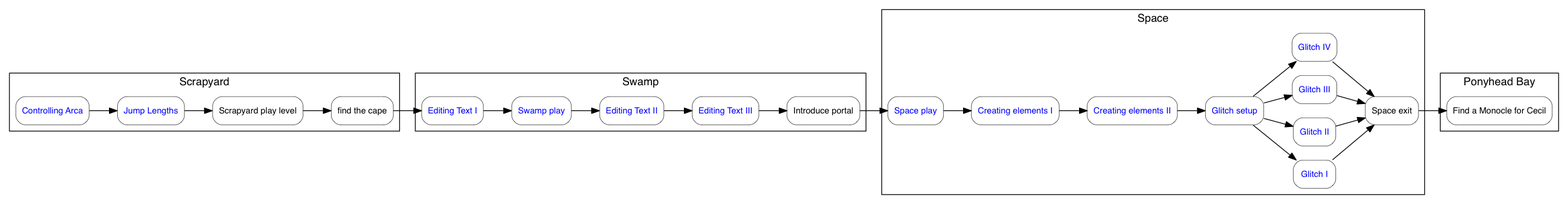
drumrollhq/eak-content keeps this Graphviz diagram as scenes.png. Above is the earlier version. Its source is kept beside it as scenes.dot. Its diagram source:
```dot
digraph {
  graph[concentrate = true];
  graph[rankdir=LR];
  graph[fontsize = 14];
  graph[fontname = "Helvetica"];
  node[fontsize = 11];
  node[fontname = "Helvetica"];
  node[shape=rect, style=rounded];
  node[penwidth = 0.5];

  node[fontcolor = "#0000FF"];
  "Glitch I"[href="sections/03-html-basics/02-html-anatomy.md#level---glitch-i"]
  "Controlling Arca"[href="sections/02-tutorial/01-control-arca.md"]
  "Jump Lengths"[href="sections/02-tutorial/01-control-arca.md#level---jump-lengths"]
  "Editing Text I"[href="sections/02-tutorial/03-editing-levels.md#level---editing-text-i"]
  "Swamp play"[href="sections/02-tutorial/03-editing-levels.md#level---play"]
  "Editing Text II"[href="sections/02-tutorial/03-editing-levels.md#level---editing-text-ii"]
  "Editing Text III"[href="sections/02-tutorial/03-editing-levels.md#level---editing-text-iii"]
  "Space play"[href="sections/03-html-basics/02-html-anatomy.md#level---play-i"]
  "Creating elements I"[href="sections/03-html-basics/02-html-anatomy.md#level---creating-elements-i"]
  "Creating elements II"[href="sections/03-html-basics/02-html-anatomy.md#level---creating-elements-ii"]
  "Glitch setup"[href="sections/03-html-basics/02-html-anatomy.md#level---glitch-setup"]
  "Glitch I"[href="sections/03-html-basics/02-html-anatomy.md#level---glitch-ii-iv"]
  "Glitch II"[href="sections/03-html-basics/02-html-anatomy.md#level---glitch-ii-iv"]
  "Glitch III"[href="sections/03-html-basics/02-html-anatomy.md#level---glitch-ii-iv"]
  "Glitch IV"[href="sections/03-html-basics/02-html-anatomy.md#level---glitch-ii-iv"]
  node[fontcolor = "#000000"];

  subgraph cluster_scrapyard {
    label="Scrapyard"
    "Controlling Arca"
    -> "Jump Lengths"
    -> "Scrapyard play level"
    -> "find the cape"
  }

  subgraph cluster_swamp {
    label = "Swamp"
    "find the cape"
    -> "Editing Text I"
    -> "Swamp play"
    -> "Editing Text II"
    -> "Editing Text III"
    -> "Introduce portal"
  }

  subgraph cluster_space {
    label = "Space"
    "Introduce portal"
    -> "Space play"
    -> "Creating elements I"
    -> "Creating elements II"
    -> "Glitch setup"
    -> {
      "Glitch I"
      "Glitch II"
      "Glitch III"
      "Glitch IV"
    }
    -> "Space exit"
  }

  subgraph cluster_pony_head_bay {
    label = "Ponyhead Bay"
    "Space exit"
    -> "Find a Monocle for Cecil"
  }
}
```
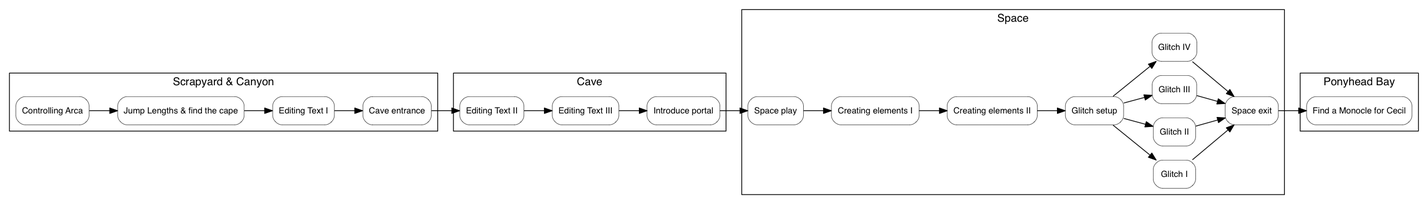
Above is the later version.

Change to the diagram source:
```diff
@@ -8,37 +8,17 @@
   node[shape=rect, style=rounded];
   node[penwidth = 0.5];
 
-  node[fontcolor = "#0000FF"];
-  "Glitch I"[href="sections/03-html-basics/02-html-anatomy.md#level---glitch-i"]
-  "Controlling Arca"[href="sections/02-tutorial/01-control-arca.md"]
-  "Jump Lengths"[href="sections/02-tutorial/01-control-arca.md#level---jump-lengths"]
-  "Editing Text I"[href="sections/02-tutorial/03-editing-levels.md#level---editing-text-i"]
-  "Swamp play"[href="sections/02-tutorial/03-editing-levels.md#level---play"]
-  "Editing Text II"[href="sections/02-tutorial/03-editing-levels.md#level---editing-text-ii"]
-  "Editing Text III"[href="sections/02-tutorial/03-editing-levels.md#level---editing-text-iii"]
-  "Space play"[href="sections/03-html-basics/02-html-anatomy.md#level---play-i"]
-  "Creating elements I"[href="sections/03-html-basics/02-html-anatomy.md#level---creating-elements-i"]
-  "Creating elements II"[href="sections/03-html-basics/02-html-anatomy.md#level---creating-elements-ii"]
-  "Glitch setup"[href="sections/03-html-basics/02-html-anatomy.md#level---glitch-setup"]
-  "Glitch I"[href="sections/03-html-basics/02-html-anatomy.md#level---glitch-ii-iv"]
-  "Glitch II"[href="sections/03-html-basics/02-html-anatomy.md#level---glitch-ii-iv"]
-  "Glitch III"[href="sections/03-html-basics/02-html-anatomy.md#level---glitch-ii-iv"]
-  "Glitch IV"[href="sections/03-html-basics/02-html-anatomy.md#level---glitch-ii-iv"]
-  node[fontcolor = "#000000"];
-
   subgraph cluster_scrapyard {
-    label="Scrapyard"
+    label="Scrapyard & Canyon"
     "Controlling Arca"
-    -> "Jump Lengths"
-    -> "Scrapyard play level"
-    -> "find the cape"
+    -> "Jump Lengths & find the cape"
+    -> "Editing Text I"
+    -> "Cave entrance"
   }
 
-  subgraph cluster_swamp {
-    label = "Swamp"
-    "find the cape"
-    -> "Editing Text I"
-    -> "Swamp play"
+  subgraph cluster_cave {
+    label = "Cave"
+    "Cave entrance"
     -> "Editing Text II"
     -> "Editing Text III"
     -> "Introduce portal"
```
